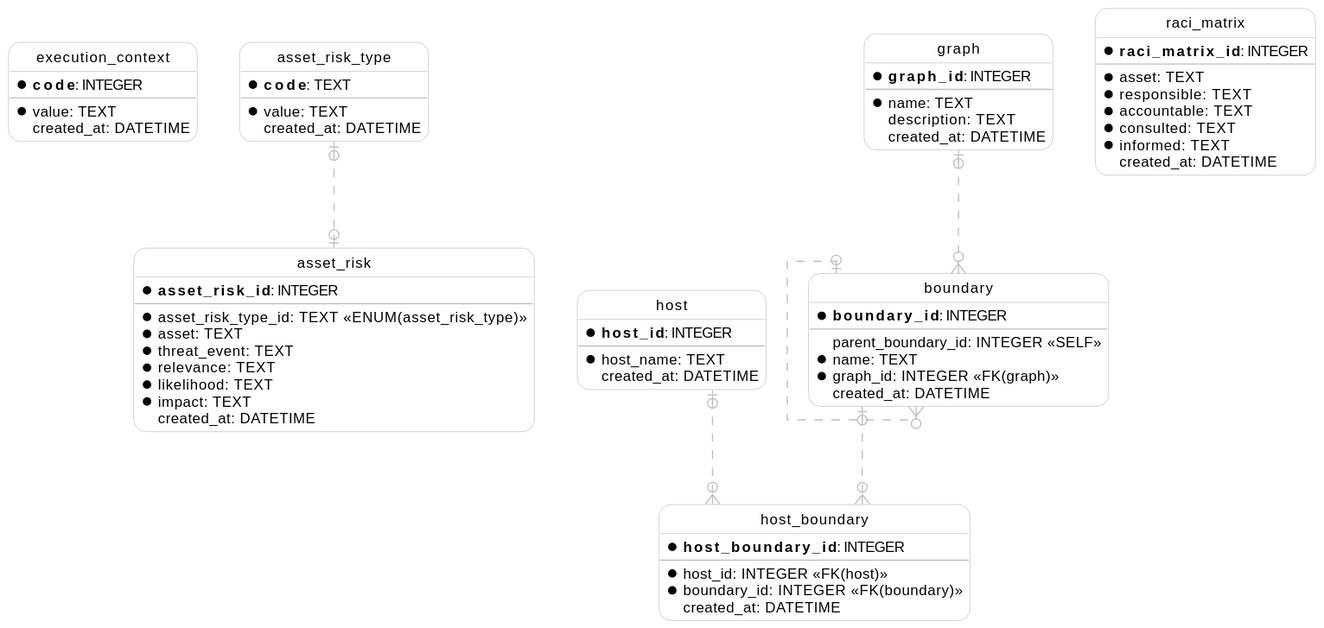
Earlier version of the PlantUML export support/docs/models.erd.svg (geovlazar/core).
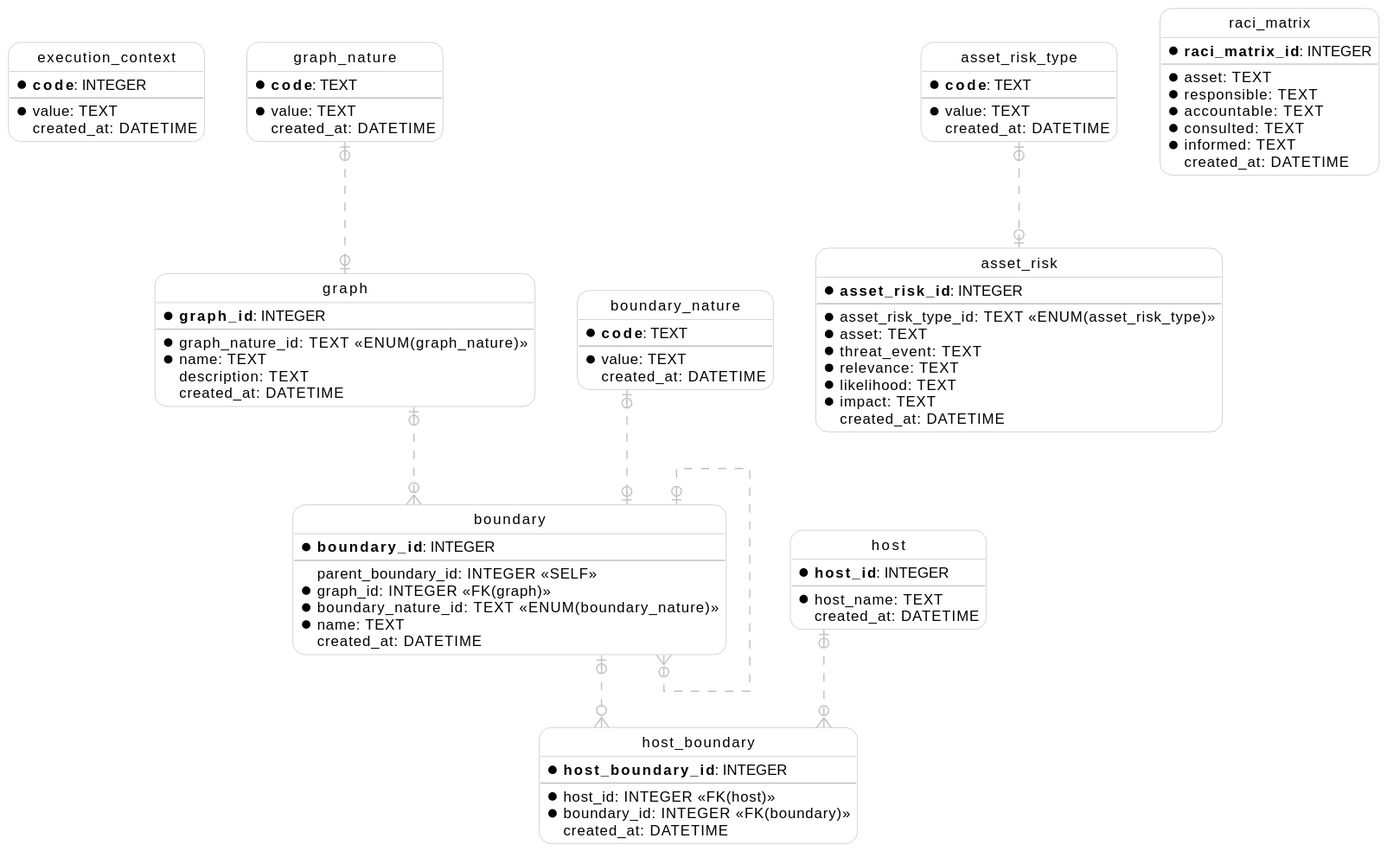
After the change.

Diff of the diagram source:
```diff
@@ -1,5 +1,5 @@
-@startuml
-hide circle
+@startuml IE
+  hide circle
   skinparam linetype ortho
   skinparam roundcorner 20
   skinparam class {
@@ -12,6 +12,20 @@
 
   entity "execution_context" as execution_context {
     * **code**: INTEGER
+    --
+    * value: TEXT
+      created_at: DATETIME
+  }
+
+  entity "graph_nature" as graph_nature {
+    * **code**: TEXT
+    --
+    * value: TEXT
+      created_at: DATETIME
+  }
+
+  entity "boundary_nature" as boundary_nature {
+    * **code**: TEXT
     --
     * value: TEXT
       created_at: DATETIME
@@ -34,6 +48,7 @@
   entity "graph" as graph {
     * **graph_id**: INTEGER
     --
+    * graph_nature_id: TEXT <<ENUM(graph_nature)>>
     * name: TEXT
       description: TEXT
       created_at: DATETIME
@@ -43,8 +58,9 @@
     * **boundary_id**: INTEGER
     --
       parent_boundary_id: INTEGER <<SELF>>
+    * graph_id: INTEGER <<FK(graph)>>
+    * boundary_nature_id: TEXT <<ENUM(boundary_nature)>>
     * name: TEXT
-    * graph_id: INTEGER <<FK(graph)>>
       created_at: DATETIME
   }
 
@@ -79,8 +95,10 @@
       created_at: DATETIME
   }
 
+  graph_nature |o..o| graph
   boundary |o..o{ boundary
   graph |o..o{ boundary
+  boundary_nature |o..o| boundary
   host |o..o{ host_boundary
   boundary |o..o{ host_boundary
   asset_risk_type |o..o| asset_risk
```
